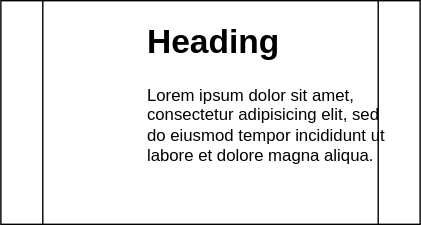
This is drawio.svg from Matsubara1003/test, a draw.io export, as it was before one commit. Source tidied: cells renumbered, new cells last; positions are measured from the earlier drawing's top-left corner, leaving out a move shared by most shapes. Its diagram source:
```xml
<mxGraphModel>
  <root>
    <mxCell id="0" />
    <mxCell id="1" parent="0" />
    <mxCell id="2" style="shape=process;whiteSpace=wrap;html=1;backgroundOutline=1;" parent="1" vertex="1">
      <mxGeometry width="300" height="160" as="geometry" />
    </mxCell>
    <mxCell id="3" value="&lt;h1&gt;Heading&lt;/h1&gt;&lt;p&gt;Lorem ipsum dolor sit amet, consectetur adipisicing elit, sed do eiusmod tempor incididunt ut labore et dolore magna aliqua.&lt;/p&gt;" style="text;html=1;strokeColor=none;fillColor=none;spacing=5;spacingTop=-20;whiteSpace=wrap;overflow=hidden;rounded=0;" parent="1" vertex="1">
      <mxGeometry x="100" y="10" width="190" height="120" as="geometry" />
    </mxCell>
  </root>
</mxGraphModel>
```
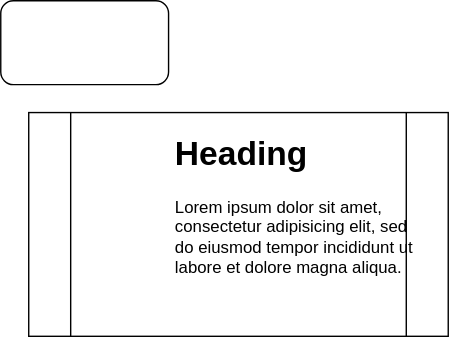
Above is the later version.

Diff of the diagram source:
```diff
@@ -8,5 +8,8 @@
     <mxCell id="3" value="&lt;h1&gt;Heading&lt;/h1&gt;&lt;p&gt;Lorem ipsum dolor sit amet, consectetur adipisicing elit, sed do eiusmod tempor incididunt ut labore et dolore magna aliqua.&lt;/p&gt;" style="text;html=1;strokeColor=none;fillColor=none;spacing=5;spacingTop=-20;whiteSpace=wrap;overflow=hidden;rounded=0;" parent="1" vertex="1">
       <mxGeometry x="100" y="10" width="190" height="120" as="geometry" />
     </mxCell>
+    <mxCell id="4" style="rounded=1;whiteSpace=wrap;html=1;" parent="1" vertex="1">
+      <mxGeometry x="-20" y="-80" width="120" height="60" as="geometry" />
+    </mxCell>
   </root>
 </mxGraphModel>
```
